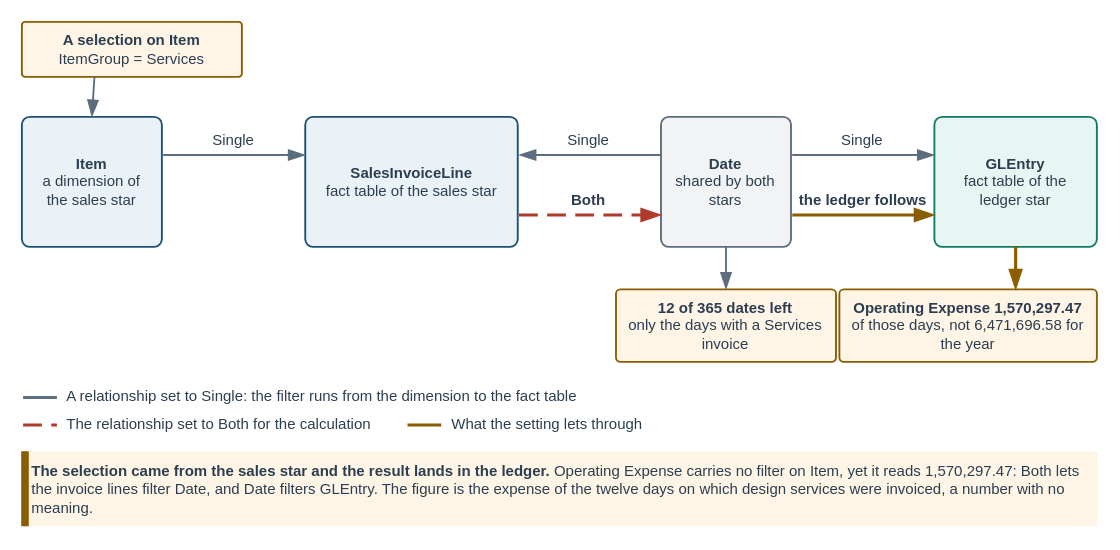
mmcodesso/Accounting_Analytics_Book keeps this draw.io diagram as facts/instructor/figures/chapter-14-data-models-and-dax/IF-14-5-B.drawio. Above is the earlier version. Source tidied: cells renumbered, new cells numbered last; positions are measured from the earlier drawing's top-left corner, leaving out a move shared by most shapes. Both pictures are drawn from the tidied source at 125%, with x=0, y=0 at pixel (21, 21).
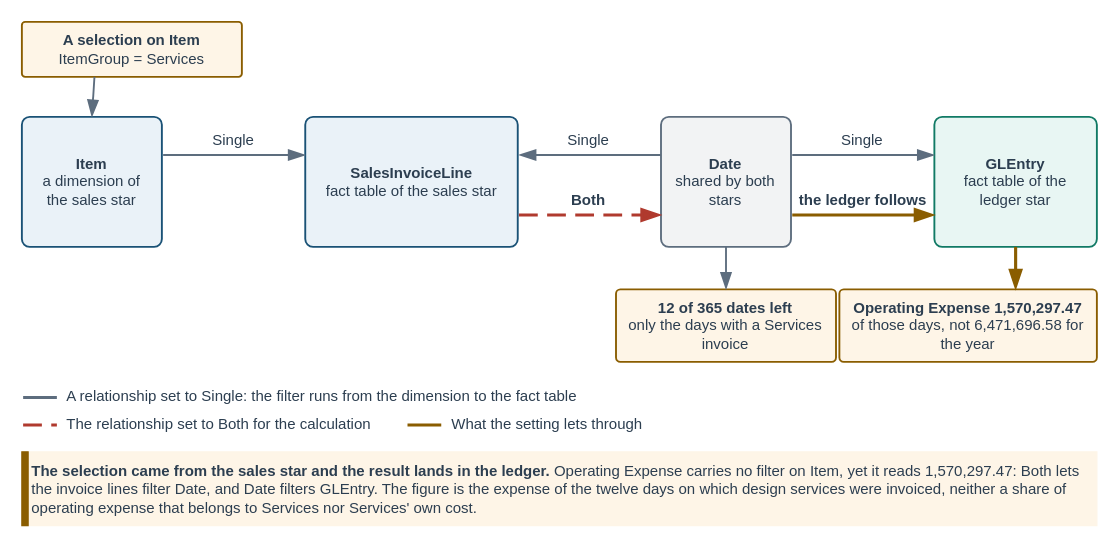
After the change.

The edit, as a diff of the source:
```diff
@@
-    <mxCell id="45" value="&lt;b&gt;The selection came from the sales star and the result lands in the ledger.&lt;/b&gt; Operating Expense carries no filter on Item, yet it reads 1,570,297.47: Both lets the invoice lines filter Date, and Date filters GLEntry. The figure is the expense of the twelve days on which design services were invoiced, a number with no meaning." style="rounded=0;arcSize=6;whiteSpace=wrap;html=1;fillColor=#FEF5E7;strokeColor=#FEF5E7;strokeWidth=1;fontColor=#2C3E50;fontSize=12;fontStyle=0;align=left;verticalAlign=middle;fontFamily=Helvetica;spacingLeft=6;spacingRight=6;" parent="1" vertex="1">
+    <mxCell id="45" value="&lt;b&gt;The selection came from the sales star and the result lands in the ledger.&lt;/b&gt; Operating Expense carries no filter on Item, yet it reads 1,570,297.47: Both lets the invoice lines filter Date, and Date filters GLEntry. The figure is the expense of the twelve days on which design services were invoiced, neither a share of operating expense that belongs to Services nor Services' own cost." style="rounded=0;arcSize=6;whiteSpace=wrap;html=1;fillColor=#FEF5E7;strokeColor=#FEF5E7;strokeWidth=1;fontColor=#2C3E50;fontSize=12;fontStyle=0;align=left;verticalAlign=middle;fontFamily=Helvetica;spacingLeft=6;spacingRight=6;" parent="1" vertex="1">
       <mxGeometry y="344" width="860" height="59" as="geometry" />
     </mxCell>
```
